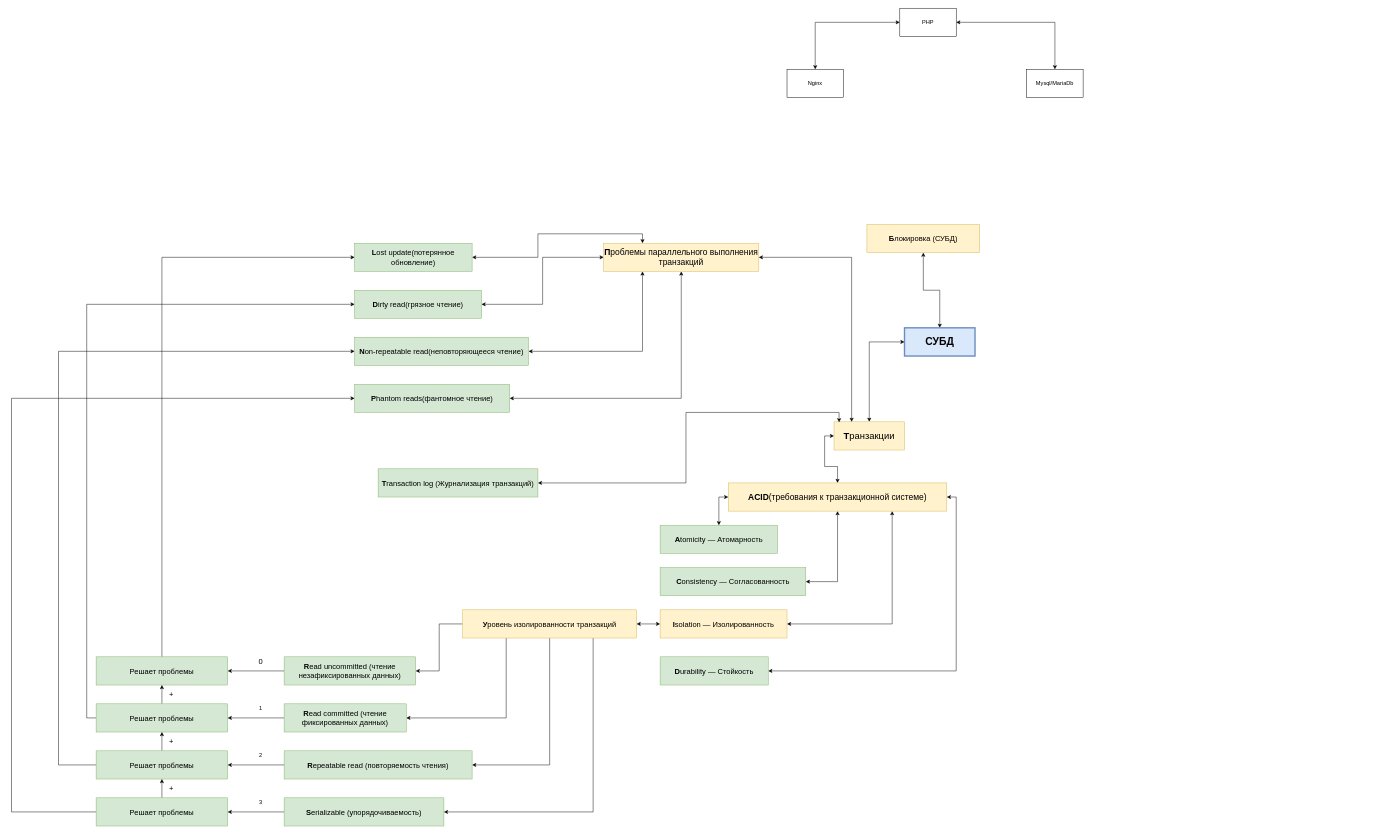
Earlier version of the draw.io diagram My_knowledges_map.drawio (porfirovskiy/My_Knowledges). Source tidied: cells renumbered, new cells numbered last; positions are measured from the earlier drawing's top-left corner, leaving out a move shared by most shapes. Both pictures are drawn from the tidied source at 47%, with x=0, y=0 at pixel (11, 8).
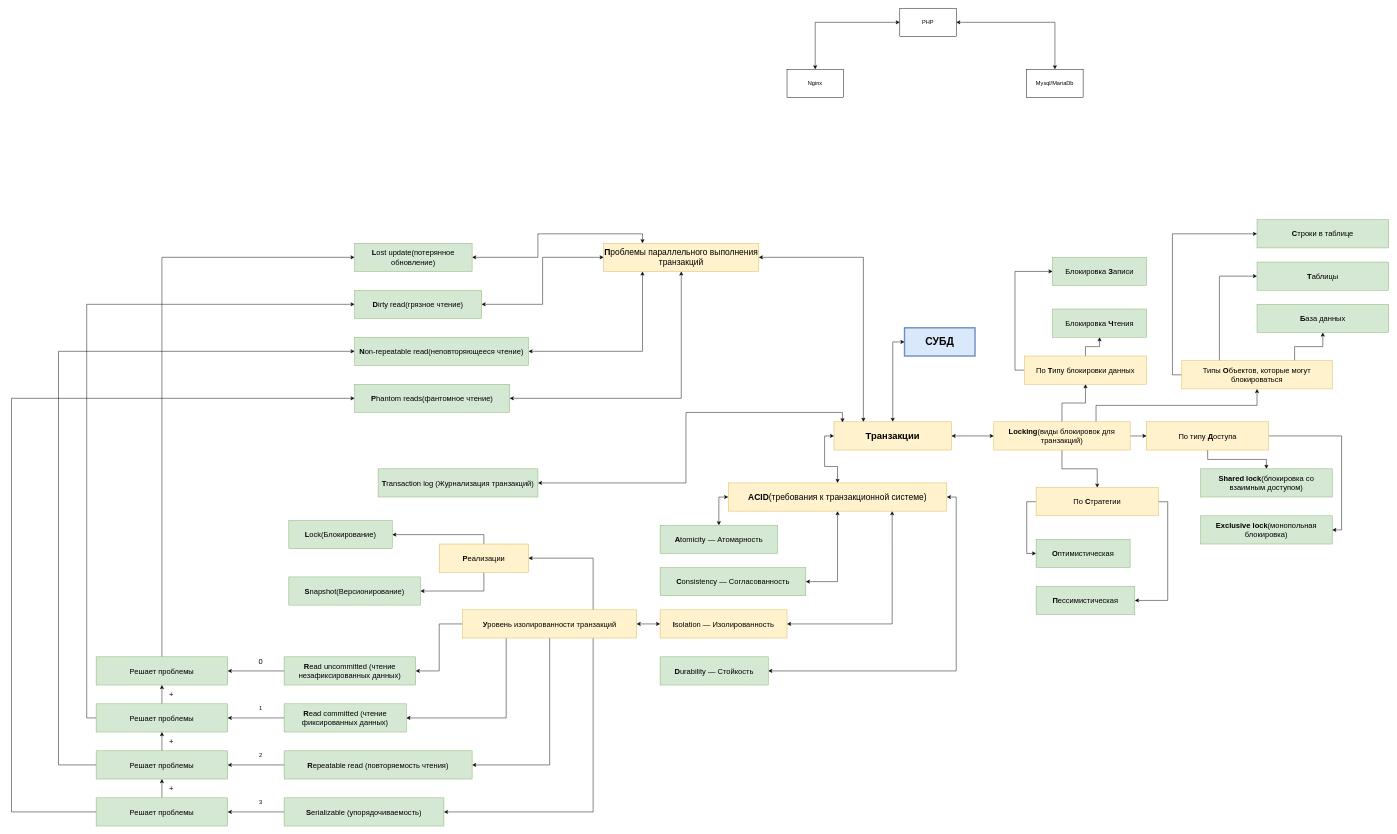
The same diagram, later.

Commit message (it also covers changes not shown here):
add locking part on map

Unchanged cells that the change refers to:
```xml
<mxCell id="9" value="&lt;font style=&quot;font-size: 22px&quot;&gt;&lt;b&gt;СУБД&lt;/b&gt;&lt;/font&gt;" style="rounded=0;whiteSpace=wrap;html=1;fillColor=#dae8fc;strokeColor=#6c8ebf;strokeWidth=3;" parent="1" vertex="1">
  <mxGeometry x="1900" y="680" width="150" height="60" as="geometry" />
</mxCell>
<mxCell id="26" value="&lt;font style=&quot;font-size: 16px&quot;&gt;&lt;b&gt;У&lt;/b&gt;ровень изолированности транзакций&lt;/font&gt;" style="rounded=0;whiteSpace=wrap;html=1;fillColor=#fff2cc;strokeColor=#d6b656;" parent="1" vertex="1">
  <mxGeometry x="960" y="1280" width="370" height="60" as="geometry" />
</mxCell>
```

Change to the diagram source:
```diff
@@
-    <mxCell id="8" style="edgeStyle=orthogonalEdgeStyle;rounded=0;jettySize=auto;html=1;exitX=0.5;exitY=0;exitDx=0;exitDy=0;entryX=0.5;entryY=1;entryDx=0;entryDy=0;startArrow=classic;startFill=1;" parent="1" edge="1" source="9" target="29">
-      <mxGeometry relative="1" as="geometry" />
-    </mxCell>
@@
+    <mxCell id="66" style="edgeStyle=orthogonalEdgeStyle;rounded=0;jettySize=auto;html=1;exitX=1;exitY=0.5;exitDx=0;exitDy=0;entryX=0;entryY=0.5;entryDx=0;entryDy=0;startArrow=classic;startFill=1;endArrow=classic;endFill=1;" parent="1" edge="1" source="11" target="29">
+      <mxGeometry relative="1" as="geometry" />
+    </mxCell>
-    <mxCell id="11" value="&lt;font style=&quot;font-size: 20px&quot;&gt;&lt;b&gt;Т&lt;/b&gt;ранзакции&lt;/font&gt;" style="rounded=0;whiteSpace=wrap;html=1;fillColor=#fff2cc;strokeColor=#d6b656;" parent="1" vertex="1">
-      <mxGeometry x="1750" y="880" width="150" height="60" as="geometry" />
+    <mxCell id="11" value="&lt;b&gt;&lt;font style=&quot;font-size: 20px&quot;&gt;Транзакции&lt;/font&gt;&lt;/b&gt;" style="rounded=0;whiteSpace=wrap;html=1;fillColor=#fff2cc;strokeColor=#d6b656;" parent="1" vertex="1">
+      <mxGeometry x="1750" y="880" width="250" height="60" as="geometry" />
     </mxCell>
@@
+    <mxCell id="67" style="edgeStyle=orthogonalEdgeStyle;rounded=0;jettySize=auto;html=1;exitX=0.75;exitY=0;exitDx=0;exitDy=0;entryX=1;entryY=0.5;entryDx=0;entryDy=0;startArrow=none;startFill=0;endArrow=classic;endFill=1;" parent="1" edge="1" source="26" target="74">
+      <mxGeometry relative="1" as="geometry" />
+    </mxCell>
@@
+    <mxCell id="68" style="edgeStyle=orthogonalEdgeStyle;rounded=0;jettySize=auto;html=1;exitX=1;exitY=0.5;exitDx=0;exitDy=0;entryX=0;entryY=0.5;entryDx=0;entryDy=0;startArrow=none;startFill=0;endArrow=classic;endFill=1;" parent="1" edge="1" source="29" target="89">
+      <mxGeometry relative="1" as="geometry" />
+    </mxCell>
+    <mxCell id="69" style="edgeStyle=orthogonalEdgeStyle;rounded=0;jettySize=auto;html=1;exitX=0.5;exitY=0;exitDx=0;exitDy=0;entryX=0.5;entryY=1;entryDx=0;entryDy=0;startArrow=none;startFill=0;endArrow=classic;endFill=1;" parent="1" edge="1" source="29" target="84">
+      <mxGeometry relative="1" as="geometry" />
+    </mxCell>
+    <mxCell id="70" style="edgeStyle=orthogonalEdgeStyle;rounded=0;jettySize=auto;html=1;exitX=0.5;exitY=1;exitDx=0;exitDy=0;entryX=0.5;entryY=0;entryDx=0;entryDy=0;startArrow=none;startFill=0;endArrow=classic;endFill=1;" parent="1" edge="1" source="29" target="81">
+      <mxGeometry relative="1" as="geometry" />
+    </mxCell>
+    <mxCell id="71" style="edgeStyle=orthogonalEdgeStyle;rounded=0;jettySize=auto;html=1;exitX=0.75;exitY=0;exitDx=0;exitDy=0;entryX=0.5;entryY=1;entryDx=0;entryDy=0;startArrow=none;startFill=0;endArrow=classic;endFill=1;" parent="1" edge="1" source="29" target="95">
+      <mxGeometry relative="1" as="geometry" />
+    </mxCell>
-    <mxCell id="29" value="&lt;h1 id=&quot;firstHeading&quot; class=&quot;firstHeading&quot; style=&quot;font-size: 16px&quot; lang=&quot;ru&quot;&gt;&lt;font style=&quot;font-size: 16px&quot;&gt;&lt;span style=&quot;font-weight: normal&quot;&gt;&lt;b&gt;Б&lt;/b&gt;локировка (СУБД)&lt;/span&gt;&lt;/font&gt;&lt;/h1&gt;" style="rounded=0;whiteSpace=wrap;html=1;fillColor=#fff2cc;strokeColor=#d6b656;" parent="1" vertex="1">
-      <mxGeometry x="1820" y="460" width="240" height="60" as="geometry" />
+    <mxCell id="29" value="&lt;h1 id=&quot;firstHeading&quot; class=&quot;firstHeading&quot; style=&quot;font-size: 16px&quot; lang=&quot;ru&quot;&gt;&lt;font style=&quot;font-size: 16px&quot;&gt;&lt;span style=&quot;font-weight: normal&quot;&gt;&lt;b&gt;Locking&lt;/b&gt;(виды блокировок для транзакций)&lt;br&gt;&lt;/span&gt;&lt;/font&gt;&lt;/h1&gt;" style="rounded=0;whiteSpace=wrap;html=1;fillColor=#fff2cc;strokeColor=#d6b656;" parent="1" vertex="1">
+      <mxGeometry x="2090" y="880" width="290" height="60" as="geometry" />
     </mxCell>
@@
+    <mxCell id="72" style="edgeStyle=orthogonalEdgeStyle;rounded=0;jettySize=auto;html=1;exitX=0.5;exitY=0;exitDx=0;exitDy=0;entryX=1;entryY=0.5;entryDx=0;entryDy=0;startArrow=none;startFill=0;endArrow=classic;endFill=1;" parent="1" edge="1" source="74" target="75">
+      <mxGeometry relative="1" as="geometry" />
+    </mxCell>
+    <mxCell id="73" style="edgeStyle=orthogonalEdgeStyle;rounded=0;jettySize=auto;html=1;exitX=0.5;exitY=1;exitDx=0;exitDy=0;entryX=1;entryY=0.5;entryDx=0;entryDy=0;startArrow=none;startFill=0;endArrow=classic;endFill=1;" parent="1" edge="1" source="74" target="76">
+      <mxGeometry relative="1" as="geometry" />
+    </mxCell>
+    <mxCell id="74" value="&lt;font style=&quot;font-size: 16px&quot;&gt;&lt;b&gt;Р&lt;/b&gt;еализации&lt;/font&gt;" style="rounded=0;whiteSpace=wrap;html=1;fillColor=#fff2cc;strokeColor=#d6b656;" parent="1" vertex="1">
+      <mxGeometry x="910" y="1140" width="190" height="60" as="geometry" />
+    </mxCell>
+    <mxCell id="75" value="&lt;font style=&quot;font-size: 16px&quot;&gt;&lt;b&gt;L&lt;/b&gt;ock(Блокирование)&lt;/font&gt;" style="rounded=0;whiteSpace=wrap;html=1;fillColor=#d5e8d4;strokeColor=#82b366;" parent="1" vertex="1">
+      <mxGeometry x="590" y="1090" width="220" height="60" as="geometry" />
+    </mxCell>
+    <mxCell id="76" value="&lt;font style=&quot;font-size: 16px&quot;&gt;&lt;b&gt;S&lt;/b&gt;napshot(Версионирование)&lt;/font&gt;" style="rounded=0;whiteSpace=wrap;html=1;fillColor=#d5e8d4;strokeColor=#82b366;" parent="1" vertex="1">
+      <mxGeometry x="590" y="1210" width="280" height="60" as="geometry" />
+    </mxCell>
+    <mxCell id="77" value="&lt;font style=&quot;font-size: 16px&quot;&gt;&lt;b&gt;О&lt;/b&gt;птимистическая&lt;/font&gt;" style="rounded=0;whiteSpace=wrap;html=1;fillColor=#d5e8d4;strokeColor=#82b366;" parent="1" vertex="1">
+      <mxGeometry x="2180" y="1130" width="200" height="60" as="geometry" />
+    </mxCell>
+    <mxCell id="78" value="&lt;font style=&quot;font-size: 16px&quot;&gt;&lt;b&gt;П&lt;/b&gt;ессимистическая&lt;/font&gt;" style="rounded=0;whiteSpace=wrap;html=1;fillColor=#d5e8d4;strokeColor=#82b366;" parent="1" vertex="1">
+      <mxGeometry x="2180" y="1230" width="210" height="60" as="geometry" />
+    </mxCell>
+    <mxCell id="79" style="edgeStyle=orthogonalEdgeStyle;rounded=0;jettySize=auto;html=1;exitX=0;exitY=0.5;exitDx=0;exitDy=0;entryX=0;entryY=0.5;entryDx=0;entryDy=0;startArrow=none;startFill=0;endArrow=classic;endFill=1;" parent="1" edge="1" source="81" target="77">
+      <mxGeometry relative="1" as="geometry" />
+    </mxCell>
+    <mxCell id="80" style="edgeStyle=orthogonalEdgeStyle;rounded=0;jettySize=auto;html=1;exitX=1;exitY=0.5;exitDx=0;exitDy=0;entryX=1;entryY=0.5;entryDx=0;entryDy=0;startArrow=none;startFill=0;endArrow=classic;endFill=1;" parent="1" edge="1" source="81" target="78">
+      <mxGeometry relative="1" as="geometry" />
+    </mxCell>
+    <mxCell id="81" value="&lt;font style=&quot;font-size: 16px&quot;&gt;По &lt;b&gt;С&lt;/b&gt;тратегии&lt;br&gt;&lt;/font&gt;" style="rounded=0;whiteSpace=wrap;html=1;fillColor=#fff2cc;strokeColor=#d6b656;" parent="1" vertex="1">
+      <mxGeometry x="2180" y="1020" width="260" height="60" as="geometry" />
+    </mxCell>
+    <mxCell id="82" style="edgeStyle=orthogonalEdgeStyle;rounded=0;jettySize=auto;html=1;exitX=0.5;exitY=0;exitDx=0;exitDy=0;entryX=0.5;entryY=1;entryDx=0;entryDy=0;startArrow=none;startFill=0;endArrow=classic;endFill=1;" parent="1" edge="1" source="84" target="86">
+      <mxGeometry relative="1" as="geometry" />
+    </mxCell>
+    <mxCell id="83" style="edgeStyle=orthogonalEdgeStyle;rounded=0;jettySize=auto;html=1;exitX=0;exitY=0.5;exitDx=0;exitDy=0;entryX=0;entryY=0.5;entryDx=0;entryDy=0;startArrow=none;startFill=0;endArrow=classic;endFill=1;" parent="1" edge="1" source="84" target="85">
+      <mxGeometry relative="1" as="geometry" />
+    </mxCell>
+    <mxCell id="84" value="&lt;font style=&quot;font-size: 16px&quot;&gt;По &lt;b&gt;Т&lt;/b&gt;ипу блокировки данных &lt;br&gt;&lt;/font&gt;" style="rounded=0;whiteSpace=wrap;html=1;fillColor=#fff2cc;strokeColor=#d6b656;" parent="1" vertex="1">
+      <mxGeometry x="2155" y="740" width="260" height="60" as="geometry" />
+    </mxCell>
+    <mxCell id="85" value="&lt;font style=&quot;font-size: 16px&quot;&gt;&lt;span class=&quot;keyword&quot;&gt;Блокировка&lt;/span&gt; &lt;b&gt;З&lt;/b&gt;аписи&lt;/font&gt;" style="rounded=0;whiteSpace=wrap;html=1;fillColor=#d5e8d4;strokeColor=#82b366;" parent="1" vertex="1">
+      <mxGeometry x="2215" y="530" width="200" height="60" as="geometry" />
+    </mxCell>
+    <mxCell id="86" value="&lt;font style=&quot;font-size: 16px&quot;&gt;&lt;span class=&quot;keyword&quot;&gt;Блокировка&lt;/span&gt; &lt;b&gt;Ч&lt;/b&gt;тения&lt;/font&gt;" style="rounded=0;whiteSpace=wrap;html=1;fillColor=#d5e8d4;strokeColor=#82b366;" parent="1" vertex="1">
+      <mxGeometry x="2215" y="640" width="200" height="60" as="geometry" />
+    </mxCell>
+    <mxCell id="87" style="edgeStyle=orthogonalEdgeStyle;rounded=0;jettySize=auto;html=1;exitX=1;exitY=0.5;exitDx=0;exitDy=0;entryX=1;entryY=0.5;entryDx=0;entryDy=0;startArrow=none;startFill=0;endArrow=classic;endFill=1;" parent="1" edge="1" source="89" target="91">
+      <mxGeometry relative="1" as="geometry" />
+    </mxCell>
+    <mxCell id="88" style="edgeStyle=orthogonalEdgeStyle;rounded=0;jettySize=auto;html=1;exitX=0.5;exitY=1;exitDx=0;exitDy=0;entryX=0.5;entryY=0;entryDx=0;entryDy=0;startArrow=none;startFill=0;endArrow=classic;endFill=1;" parent="1" edge="1" source="89" target="90">
+      <mxGeometry relative="1" as="geometry" />
+    </mxCell>
+    <mxCell id="89" value="&lt;font style=&quot;font-size: 16px&quot;&gt;По типу &lt;b&gt;Д&lt;/b&gt;оступа&lt;br&gt;&lt;/font&gt;" style="rounded=0;whiteSpace=wrap;html=1;fillColor=#fff2cc;strokeColor=#d6b656;" parent="1" vertex="1">
+      <mxGeometry x="2415" y="880" width="260" height="60" as="geometry" />
+    </mxCell>
+    <mxCell id="90" value="&lt;font style=&quot;font-size: 16px&quot;&gt;&lt;b&gt;Shared lock&lt;/b&gt;(блокировка со взаимным доступом)&lt;/font&gt;" style="rounded=0;whiteSpace=wrap;html=1;fillColor=#d5e8d4;strokeColor=#82b366;" parent="1" vertex="1">
+      <mxGeometry x="2530" y="980" width="280" height="60" as="geometry" />
+    </mxCell>
+    <mxCell id="91" value="&lt;b&gt;&lt;font style=&quot;font-size: 16px&quot;&gt;Exclusive lock&lt;/font&gt;&lt;/b&gt;&lt;font style=&quot;font-size: 16px&quot;&gt;(монопольная блокировка)&lt;/font&gt;" style="rounded=0;whiteSpace=wrap;html=1;fillColor=#d5e8d4;strokeColor=#82b366;" parent="1" vertex="1">
+      <mxGeometry x="2530" y="1080" width="280" height="60" as="geometry" />
+    </mxCell>
+    <mxCell id="92" style="edgeStyle=orthogonalEdgeStyle;rounded=0;jettySize=auto;html=1;exitX=0.75;exitY=0;exitDx=0;exitDy=0;entryX=0.5;entryY=1;entryDx=0;entryDy=0;startArrow=none;startFill=0;endArrow=classic;endFill=1;" parent="1" edge="1" source="95" target="98">
+      <mxGeometry relative="1" as="geometry" />
+    </mxCell>
+    <mxCell id="93" style="edgeStyle=orthogonalEdgeStyle;rounded=0;jettySize=auto;html=1;exitX=0.25;exitY=0;exitDx=0;exitDy=0;entryX=0;entryY=0.5;entryDx=0;entryDy=0;startArrow=none;startFill=0;endArrow=classic;endFill=1;" parent="1" edge="1" source="95" target="97">
+      <mxGeometry relative="1" as="geometry" />
+    </mxCell>
+    <mxCell id="94" style="edgeStyle=orthogonalEdgeStyle;rounded=0;jettySize=auto;html=1;exitX=0;exitY=0.5;exitDx=0;exitDy=0;entryX=0;entryY=0.5;entryDx=0;entryDy=0;startArrow=none;startFill=0;endArrow=classic;endFill=1;" parent="1" edge="1" source="95" target="96">
+      <mxGeometry relative="1" as="geometry" />
+    </mxCell>
+    <mxCell id="95" value="&lt;font style=&quot;font-size: 16px&quot;&gt;Типы &lt;b&gt;О&lt;/b&gt;бъектов, которые могут блокироваться&lt;/font&gt;" style="rounded=0;whiteSpace=wrap;html=1;fillColor=#fff2cc;strokeColor=#d6b656;" parent="1" vertex="1">
+      <mxGeometry x="2490" y="750" width="320" height="60" as="geometry" />
+    </mxCell>
+    <mxCell id="96" value="&lt;font style=&quot;font-size: 16px&quot;&gt;&lt;b&gt;С&lt;/b&gt;троки в таблице&lt;/font&gt;" style="rounded=0;whiteSpace=wrap;html=1;fillColor=#d5e8d4;strokeColor=#82b366;" parent="1" vertex="1">
+      <mxGeometry x="2650" y="450" width="280" height="60" as="geometry" />
+    </mxCell>
+    <mxCell id="97" value="&lt;font style=&quot;font-size: 16px&quot;&gt;&lt;b&gt;Т&lt;/b&gt;аблицы&lt;/font&gt;" style="rounded=0;whiteSpace=wrap;html=1;fillColor=#d5e8d4;strokeColor=#82b366;" parent="1" vertex="1">
+      <mxGeometry x="2650" y="540" width="280" height="60" as="geometry" />
+    </mxCell>
+    <mxCell id="98" value="&lt;font style=&quot;font-size: 16px&quot;&gt;&lt;b&gt;Б&lt;/b&gt;аза данных&lt;/font&gt;" style="rounded=0;whiteSpace=wrap;html=1;fillColor=#d5e8d4;strokeColor=#82b366;" parent="1" vertex="1">
+      <mxGeometry x="2650" y="630" width="280" height="60" as="geometry" />
+    </mxCell>
```
